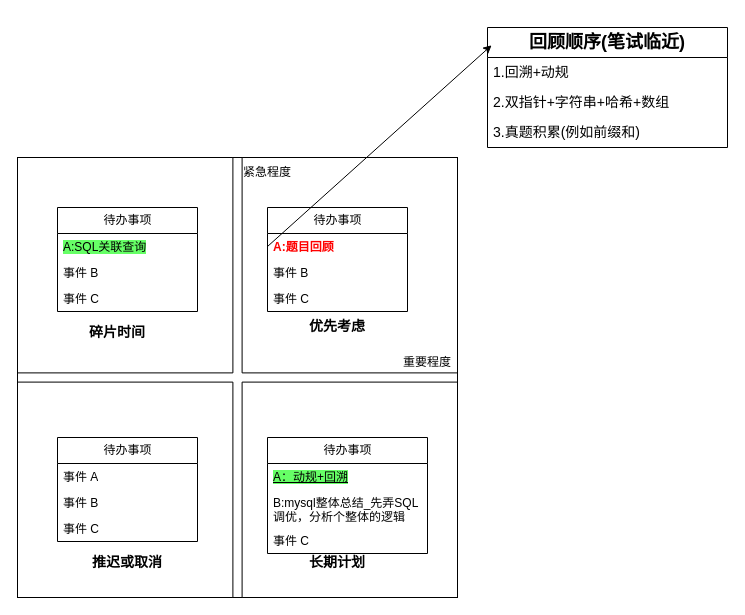
This is 优先级象限.drawio from beyondgogogo/Graph, a draw.io file, before an edit. Source tidied: cells renumbered, new cells numbered last; positions are measured from the earlier drawing's top-left corner, leaving out a move shared by most shapes. Both pictures are drawn from the tidied source at 100%, with x=0, y=0 at pixel (17, 27).
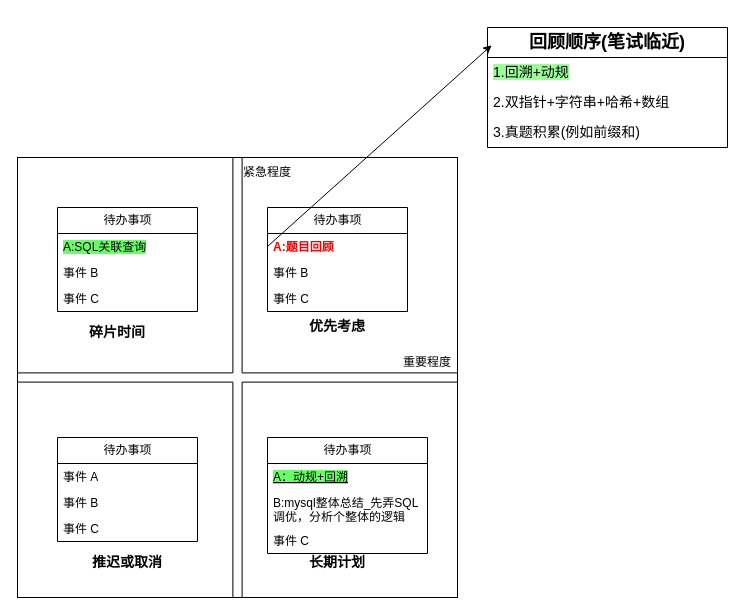
After the change.

Commit message:
更新优先级象限.drawio

The change refers to these unchanged cells:
```xml
<mxCell id="26" value="&lt;h2&gt;回顾顺序(笔试临近)&lt;/h2&gt;" style="swimlane;fontStyle=0;horizontal=1;startSize=30;whiteSpace=wrap;html=1;" parent="1" vertex="1">
  <mxGeometry x="470" width="240" height="120" as="geometry" />
</mxCell>
```

Diff of the diagram source:
```diff
@@
-    <mxCell id="27" value="&lt;font style=&quot;font-size: 14px;&quot;&gt;1.回溯+动规&lt;/font&gt;" style="text;strokeColor=none;fillColor=none;align=left;verticalAlign=middle;spacingLeft=4;spacingRight=4;overflow=hidden;whiteSpace=wrap;html=1;" parent="26" vertex="1">
+    <mxCell id="27" value="&lt;font style=&quot;font-size: 14px; background-color: rgb(153, 255, 153);&quot;&gt;1.回溯+动规&lt;/font&gt;" style="text;strokeColor=none;fillColor=none;align=left;verticalAlign=middle;spacingLeft=4;spacingRight=4;overflow=hidden;whiteSpace=wrap;html=1;" parent="26" vertex="1">
       <mxGeometry y="30" width="240" height="30" as="geometry" />
     </mxCell>
```
